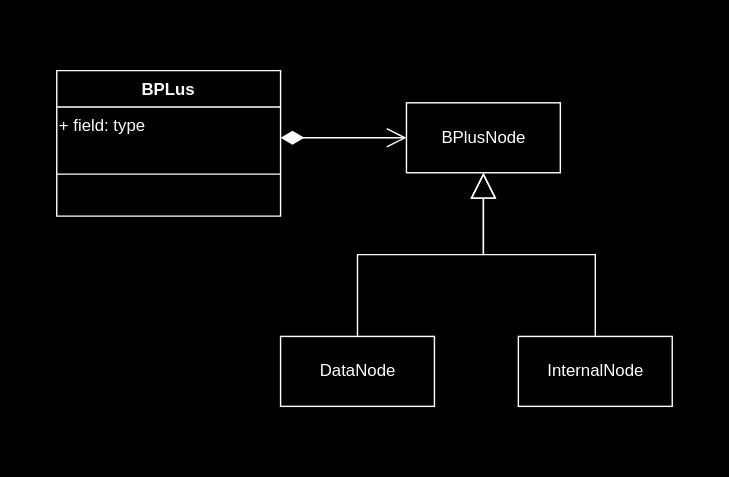
Earlier version of the draw.io export b-plus-src/uml.drawio.svg (TerjeUrnes/b-plus-tree-typescript). Source tidied: cells renumbered, new cells last; positions are measured from the earlier drawing's top-left corner, leaving out a move shared by most shapes.
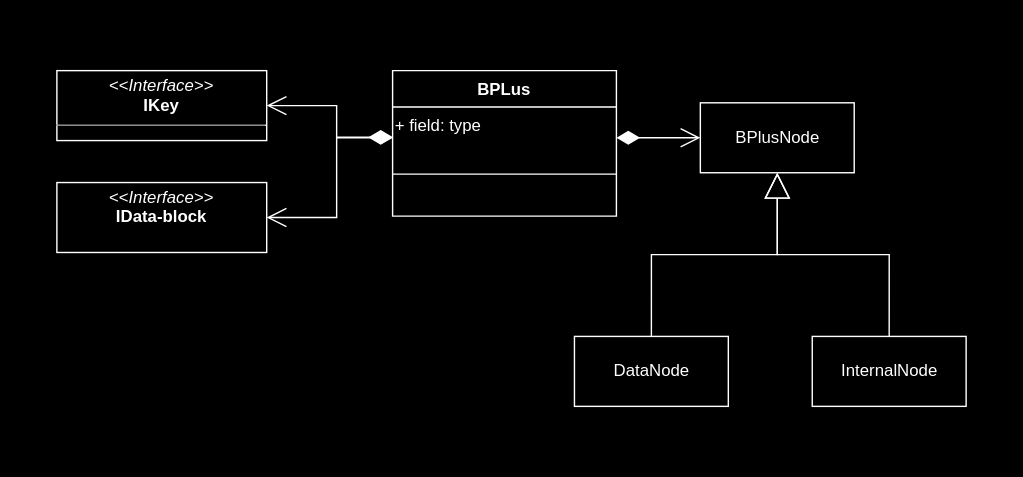
Above is the later version.

Change to the diagram source:
```diff
@@ -2,8 +2,11 @@
   <root>
     <mxCell id="0" />
     <mxCell id="1" parent="0" />
+    <mxCell id="12" style="rounded=0;whiteSpace=wrap;html=1;fillColor=none;" parent="1" vertex="1">
+      <mxGeometry x="-210" width="730" height="340" as="geometry" />
+    </mxCell>
     <mxCell id="2" value="BPLus" style="swimlane;fontStyle=1;align=center;verticalAlign=top;horizontal=1;startSize=26;fillColor=none;strokeColor=#FFFFFF;fontColor=#FFFFFF;spacingTop=0;spacingLeft=0;spacingBottom=0;" parent="1" vertex="1">
-      <mxGeometry x="40" y="50" width="160" height="104" as="geometry" />
+      <mxGeometry x="70" y="50" width="160" height="104" as="geometry" />
     </mxCell>
     <mxCell id="3" value="+ field: type" style="text;strokeColor=none;fillColor=none;align=left;verticalAlign=top;spacingLeft=0;spacingRight=4;overflow=hidden;points=[[0,0.5],[1,0.5]];portConstraint=eastwest;fontColor=#FFFFFF;spacingTop=0;spacingBottom=0;" parent="2" vertex="1">
       <mxGeometry y="26" width="160" height="44" as="geometry" />
@@ -32,8 +35,28 @@
     <mxCell id="11" style="endArrow=block;endSize=16;endFill=0;html=1;strokeColor=#FFFFFF;fontColor=#FFFFFF;entryX=0.5;entryY=1;entryDx=0;entryDy=0;exitX=0.5;exitY=0;exitDx=0;exitDy=0;edgeStyle=orthogonalEdgeStyle;rounded=0;spacingTop=0;spacingLeft=0;spacingBottom=0;" parent="1" edge="1" source="9" target="6">
       <mxGeometry relative="1" as="geometry" />
     </mxCell>
-    <mxCell id="12" style="rounded=0;whiteSpace=wrap;html=1;fillColor=none;" parent="1" vertex="1">
-      <mxGeometry width="520" height="340" as="geometry" />
-    </mxCell>
+    <mxCell id="13" value="&lt;p style=&quot;margin:0px;margin-top:4px;text-align:center;&quot;&gt;&lt;i&gt;&amp;lt;&amp;lt;Interface&amp;gt;&amp;gt;&lt;/i&gt;&lt;br&gt;&lt;b&gt;IKey&lt;/b&gt;&lt;/p&gt;&lt;hr size=&quot;1&quot;&gt;&lt;p style=&quot;margin:0px;margin-left:4px;&quot;&gt;&lt;br&gt;&lt;/p&gt;" style="verticalAlign=top;align=left;overflow=fill;fontSize=12;fontFamily=Helvetica;html=1;fillColor=none;strokeColor=#FFFFFF;fontColor=#FFFFFF;" parent="1" vertex="1">
+      <mxGeometry x="-170" y="50" width="150" height="50" as="geometry" />
+    </mxCell>
+    <mxCell id="14" value="&lt;br&gt;" style="endArrow=open;html=1;endSize=12;startArrow=diamondThin;startSize=14;startFill=1;edgeStyle=orthogonalEdgeStyle;align=left;verticalAlign=bottom;rounded=0;strokeColor=#FFFFFF;fontColor=#FFFFFF;exitX=0;exitY=0.5;exitDx=0;exitDy=0;entryX=1;entryY=0.5;entryDx=0;entryDy=0;" parent="1" edge="1" source="3" target="13">
+      <mxGeometry x="-1" y="3" relative="1" as="geometry">
+        <Array as="points">
+          <mxPoint x="30" y="98" />
+          <mxPoint x="30" y="75" />
+        </Array>
+      </mxGeometry>
+    </mxCell>
+    <mxCell id="15" value="&lt;p style=&quot;margin:0px;margin-top:4px;text-align:center;&quot;&gt;&lt;i&gt;&amp;lt;&amp;lt;Interface&amp;gt;&amp;gt;&lt;/i&gt;&lt;br&gt;&lt;b&gt;IData-block&lt;/b&gt;&lt;/p&gt;&lt;p style=&quot;margin:0px;margin-top:4px;text-align:center;&quot;&gt;&lt;b&gt;&lt;br&gt;&lt;/b&gt;&lt;/p&gt;&lt;hr size=&quot;1&quot;&gt;&lt;p style=&quot;margin:0px;margin-left:4px;&quot;&gt;&lt;br&gt;&lt;/p&gt;" style="verticalAlign=top;align=left;overflow=fill;fontSize=12;fontFamily=Helvetica;html=1;fillColor=none;strokeColor=#FFFFFF;fontColor=#FFFFFF;" parent="1" vertex="1">
+      <mxGeometry x="-170" y="130" width="150" height="50" as="geometry" />
+    </mxCell>
+    <mxCell id="16" style="endArrow=open;html=1;endSize=12;startArrow=diamondThin;startSize=14;startFill=1;edgeStyle=orthogonalEdgeStyle;align=left;verticalAlign=bottom;rounded=0;strokeColor=#FFFFFF;fontColor=#FFFFFF;exitX=1;exitY=0.5;exitDx=0;exitDy=0;entryX=1;entryY=0.5;entryDx=0;entryDy=0;" parent="1" edge="1" target="15">
+      <mxGeometry x="-1" y="3" relative="1" as="geometry">
+        <mxPoint x="70" y="97.5" as="sourcePoint" />
+        <Array as="points">
+          <mxPoint x="30" y="98" />
+          <mxPoint x="30" y="155" />
+        </Array>
+      </mxGeometry>
+    </mxCell>
   </root>
 </mxGraphModel>
```
